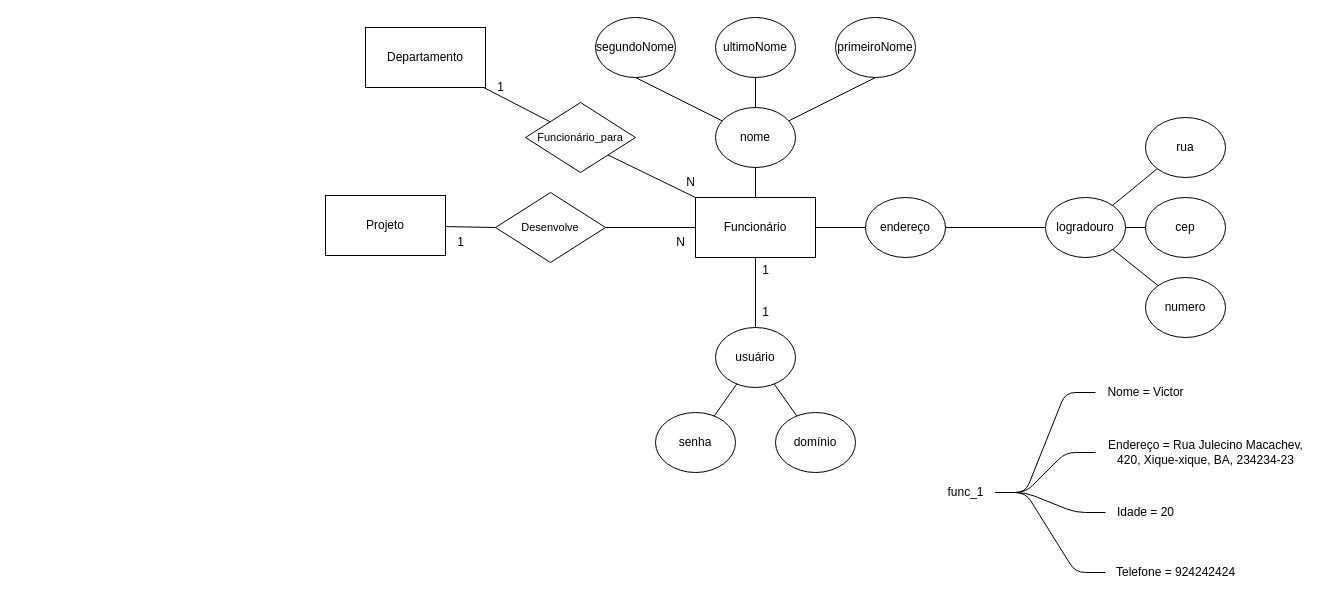
Before: 13-08/ex01.drawio in victorvida12/BancoDados, a draw.io diagram. Source tidied: cells renumbered, new cells numbered last; positions are measured from the earlier drawing's top-left corner, leaving out a move shared by most shapes. Both pictures are drawn from the tidied source at 100%, with x=0, y=0 at pixel (325, 17).
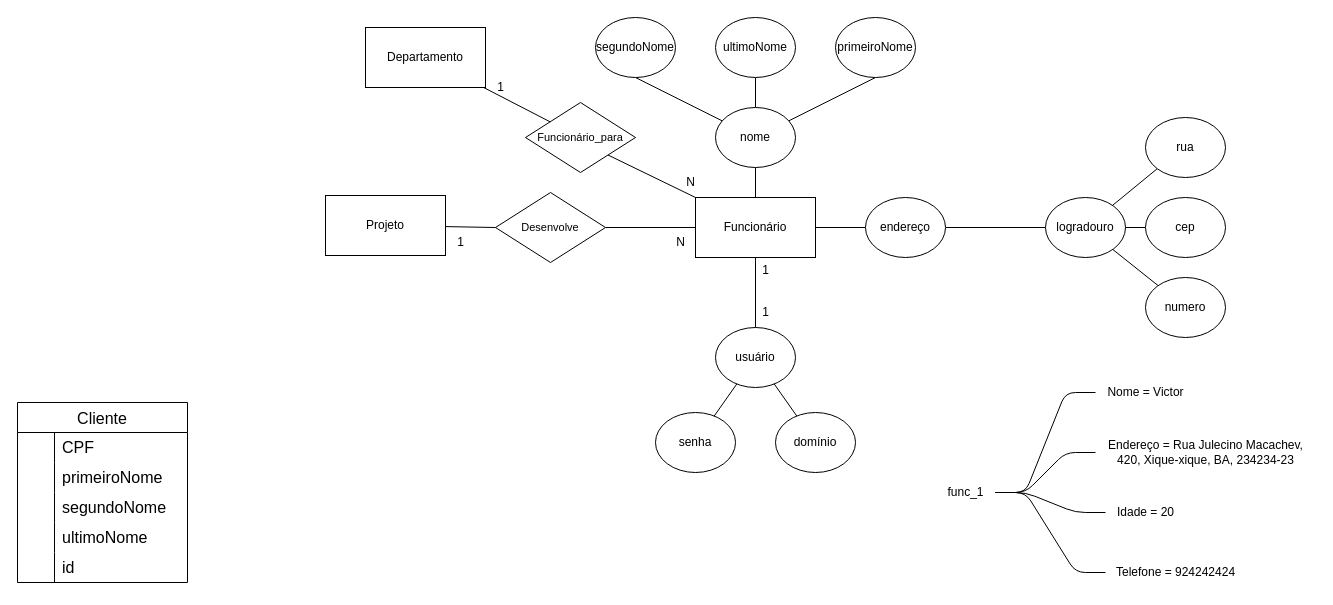
Above is the later version.

Diff of the diagram source:
```diff
@@
+    <mxCell id="50" value="Cliente" style="shape=table;startSize=30;childLayout=tableLayout;rowLines=0;fontStyle=0;strokeColor=default;fontSize=16;" parent="1" vertex="1">
+      <mxGeometry x="-308" y="385" width="170" height="180" as="geometry" />
+    </mxCell>
+    <mxCell id="51" style="shape=tableRow;horizontal=0;startSize=0;swimlaneHead=0;swimlaneBody=0;top=0;left=0;bottom=0;right=0;fillColor=none;strokeColor=inherit;fontSize=16;" parent="50" vertex="1">
+      <mxGeometry y="30" width="170" height="30" as="geometry" />
+    </mxCell>
+    <mxCell id="52" style="shape=partialRectangle;html=1;whiteSpace=wrap;fillColor=none;top=0;left=0;bottom=0;right=0;overflow=hidden;strokeColor=inherit;fontSize=16;" parent="51" vertex="1">
+      <mxGeometry width="37" height="30" as="geometry" />
+    </mxCell>
+    <mxCell id="53" value="CPF" style="shape=partialRectangle;html=1;whiteSpace=wrap;fillColor=none;top=0;left=0;bottom=0;right=0;align=left;spacingLeft=6;overflow=hidden;strokeColor=inherit;fontSize=16;" parent="51" vertex="1">
+      <mxGeometry x="37" width="133" height="30" as="geometry" />
+    </mxCell>
+    <mxCell id="54" style="shape=tableRow;horizontal=0;startSize=0;swimlaneHead=0;swimlaneBody=0;top=0;left=0;bottom=0;right=0;fillColor=none;strokeColor=inherit;fontSize=16;" parent="50" vertex="1">
+      <mxGeometry y="60" width="170" height="30" as="geometry" />
+    </mxCell>
+    <mxCell id="55" style="shape=partialRectangle;html=1;whiteSpace=wrap;fillColor=none;top=0;left=0;bottom=0;right=0;overflow=hidden;strokeColor=inherit;fontSize=16;" parent="54" vertex="1">
+      <mxGeometry width="37" height="30" as="geometry" />
+    </mxCell>
+    <mxCell id="56" value="primeiroNome" style="shape=partialRectangle;html=1;whiteSpace=wrap;fillColor=none;top=0;left=0;bottom=0;right=0;align=left;spacingLeft=6;overflow=hidden;strokeColor=inherit;fontSize=16;" parent="54" vertex="1">
+      <mxGeometry x="37" width="133" height="30" as="geometry" />
+    </mxCell>
+    <mxCell id="57" style="shape=tableRow;horizontal=0;startSize=0;swimlaneHead=0;swimlaneBody=0;top=0;left=0;bottom=0;right=0;fillColor=none;strokeColor=inherit;fontSize=16;" parent="50" vertex="1">
+      <mxGeometry y="90" width="170" height="30" as="geometry" />
+    </mxCell>
+    <mxCell id="58" style="shape=partialRectangle;html=1;whiteSpace=wrap;fillColor=none;top=0;left=0;bottom=0;right=0;overflow=hidden;strokeColor=inherit;fontSize=16;" parent="57" vertex="1">
+      <mxGeometry width="37" height="30" as="geometry" />
+    </mxCell>
+    <mxCell id="59" value="segundoNome" style="shape=partialRectangle;html=1;whiteSpace=wrap;fillColor=none;top=0;left=0;bottom=0;right=0;align=left;spacingLeft=6;overflow=hidden;strokeColor=inherit;fontSize=16;" parent="57" vertex="1">
+      <mxGeometry x="37" width="133" height="30" as="geometry" />
+    </mxCell>
+    <mxCell id="60" style="shape=tableRow;horizontal=0;startSize=0;swimlaneHead=0;swimlaneBody=0;top=0;left=0;bottom=0;right=0;fillColor=none;strokeColor=inherit;fontSize=16;" parent="50" vertex="1">
+      <mxGeometry y="120" width="170" height="30" as="geometry" />
+    </mxCell>
+    <mxCell id="61" style="shape=partialRectangle;html=1;whiteSpace=wrap;fillColor=none;top=0;left=0;bottom=0;right=0;overflow=hidden;strokeColor=inherit;fontSize=16;" parent="60" vertex="1">
+      <mxGeometry width="37" height="30" as="geometry" />
+    </mxCell>
+    <mxCell id="62" value="ultimoNome" style="shape=partialRectangle;html=1;whiteSpace=wrap;fillColor=none;top=0;left=0;bottom=0;right=0;align=left;spacingLeft=6;overflow=hidden;strokeColor=inherit;fontSize=16;" parent="60" vertex="1">
+      <mxGeometry x="37" width="133" height="30" as="geometry" />
+    </mxCell>
+    <mxCell id="63" style="shape=tableRow;horizontal=0;startSize=0;swimlaneHead=0;swimlaneBody=0;top=0;left=0;bottom=0;right=0;fillColor=none;strokeColor=inherit;fontSize=16;" parent="50" vertex="1">
+      <mxGeometry y="150" width="170" height="30" as="geometry" />
+    </mxCell>
+    <mxCell id="64" style="shape=partialRectangle;html=1;whiteSpace=wrap;fillColor=none;top=0;left=0;bottom=0;right=0;overflow=hidden;strokeColor=inherit;fontSize=16;" parent="63" vertex="1">
+      <mxGeometry width="37" height="30" as="geometry" />
+    </mxCell>
+    <mxCell id="65" value="id" style="shape=partialRectangle;html=1;whiteSpace=wrap;fillColor=none;top=0;left=0;bottom=0;right=0;align=left;spacingLeft=6;overflow=hidden;strokeColor=inherit;fontSize=16;" parent="63" vertex="1">
+      <mxGeometry x="37" width="133" height="30" as="geometry" />
+    </mxCell>
```
